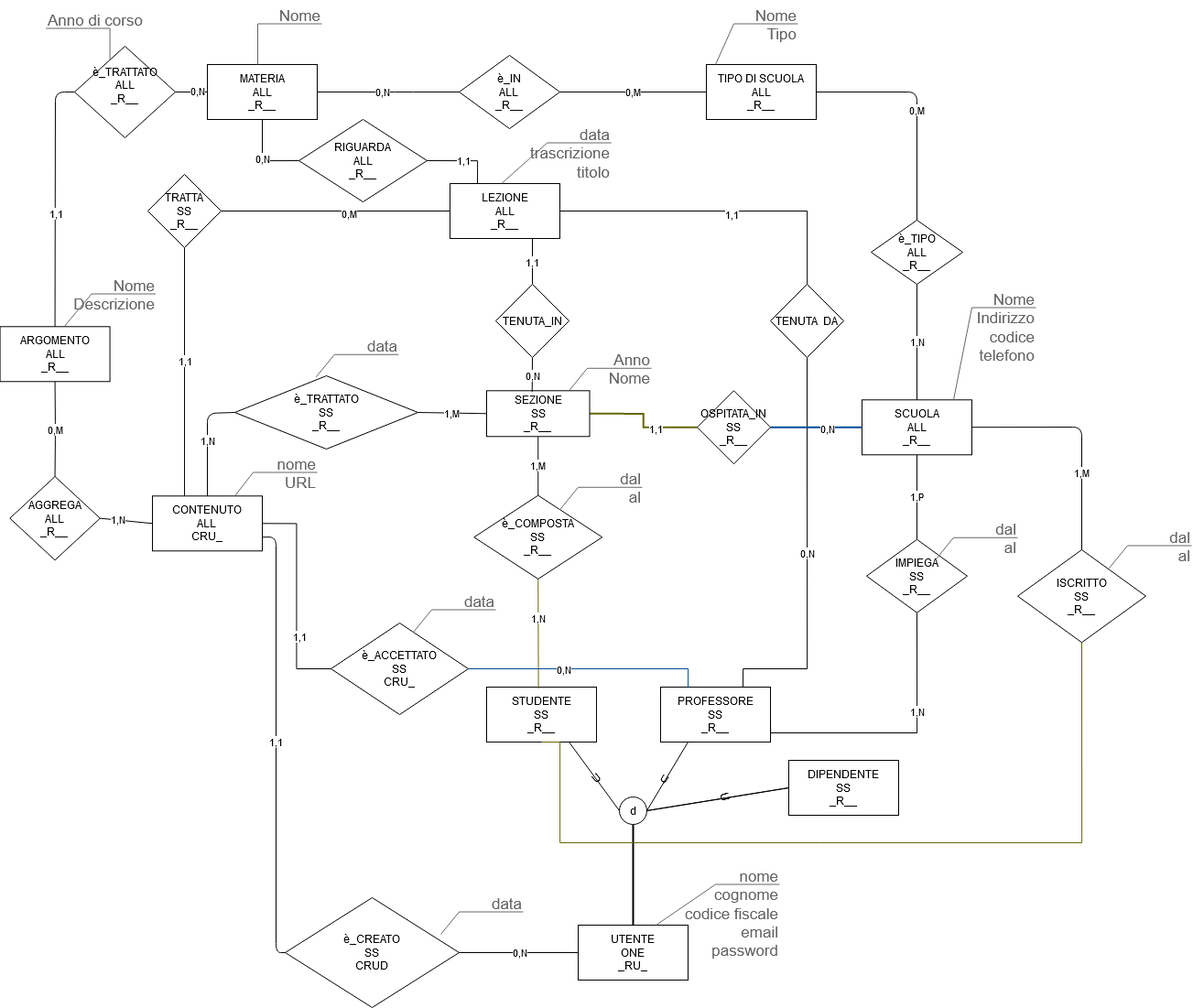
The draw.io diagram Documentazione/Architettura/Diagramma di visibilità studente.png in Gjnger9/BIG-DATA-MANAGEMENT, before a commit. Source tidied: cells renumbered, new cells last; positions are measured from the earlier drawing's top-left corner, leaving out a move shared by most shapes.
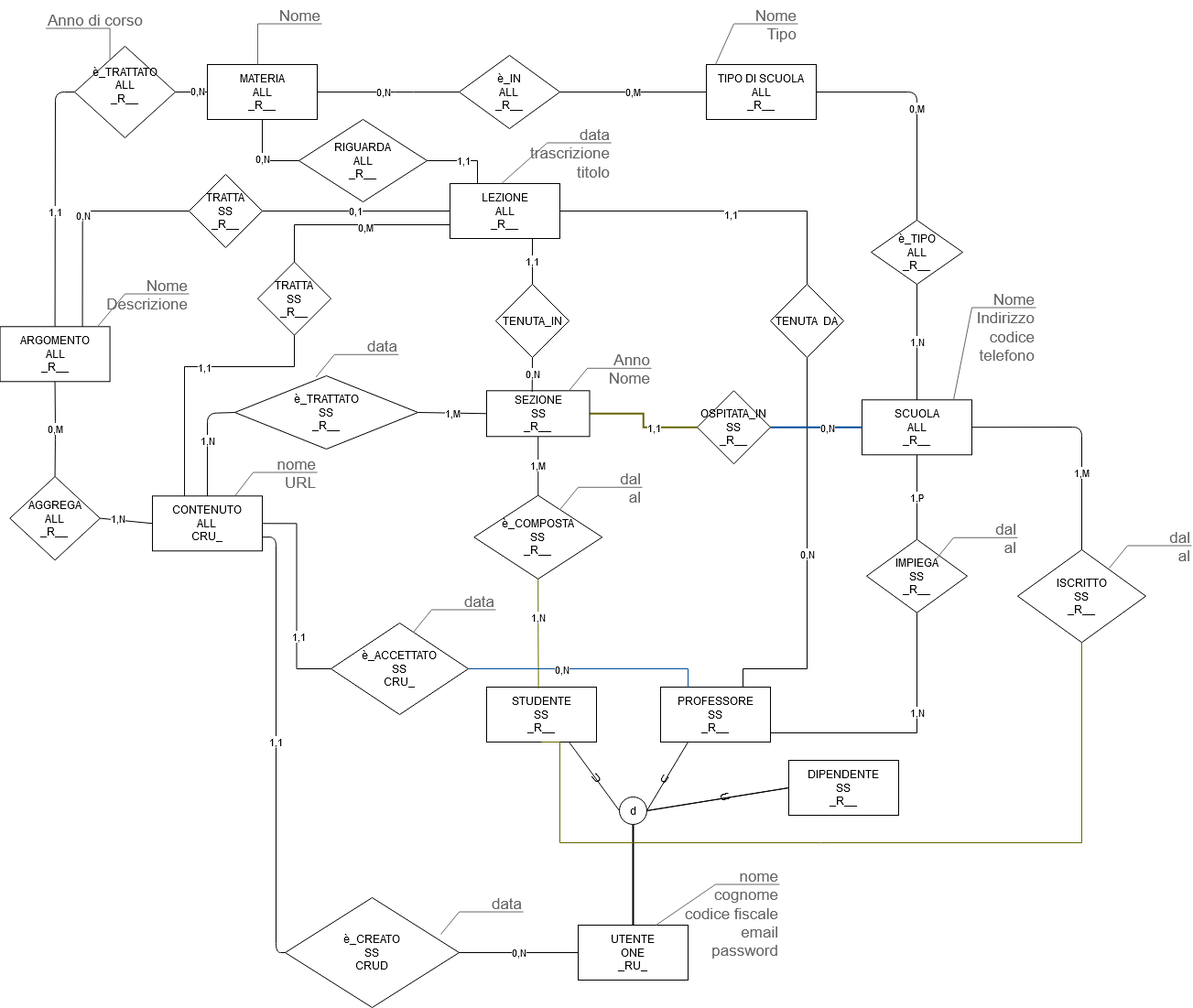
Above is the later version.

Diff of the diagram source:
```diff
@@ -120,7 +120,7 @@
       <mxGeometry x="256" y="490" width="90" height="51.3" as="geometry" />
     </mxCell>
     <mxCell id="33" value="&lt;div&gt;Nome&lt;/div&gt;&lt;div&gt;Descrizione&lt;br&gt;&lt;/div&gt;" style="strokeWidth=1;shadow=0;dashed=0;align=center;html=1;shape=mxgraph.mockup.text.callout;linkText=;textSize=17;textColor=#666666;callDir=NE;callStyle=line;fontSize=17;fontColor=#666666;align=right;verticalAlign=top;strokeColor=#666666;" parent="1" vertex="1">
-      <mxGeometry x="69.6" y="295" width="100" height="61.3" as="geometry" />
+      <mxGeometry x="106" y="295" width="100" height="61.3" as="geometry" />
     </mxCell>
     <mxCell id="34" value="Nome" style="strokeWidth=1;shadow=0;dashed=0;align=center;html=1;shape=mxgraph.mockup.text.callout;linkText=;textSize=17;textColor=#666666;callDir=NE;callStyle=line;fontSize=17;fontColor=#666666;align=right;verticalAlign=top;strokeColor=#666666;" parent="1" vertex="1">
       <mxGeometry x="281" width="70" height="70" as="geometry" />
@@ -236,7 +236,7 @@
     <mxCell id="65" value="1,1" style="edgeStyle=orthogonalEdgeStyle;rounded=0;jettySize=auto;html=1;exitX=0.75;exitY=1;exitDx=0;exitDy=0;entryX=0.5;entryY=0;entryDx=0;entryDy=0;endArrow=none;endFill=0;" parent="1" edge="1" source="70" target="73">
       <mxGeometry relative="1" as="geometry" />
     </mxCell>
-    <mxCell id="66" style="edgeStyle=orthogonalEdgeStyle;rounded=0;jettySize=auto;html=1;exitX=0;exitY=0.5;exitDx=0;exitDy=0;endArrow=none;endFill=0;" parent="1" edge="1" source="70" target="76">
+    <mxCell id="66" style="edgeStyle=orthogonalEdgeStyle;rounded=0;jettySize=auto;html=1;exitX=0;exitY=0.75;exitDx=0;exitDy=0;endArrow=none;endFill=0;" parent="1" edge="1" source="70" target="76">
       <mxGeometry relative="1" as="geometry" />
     </mxCell>
     <mxCell id="67" value="0,M" style="edgeLabel;html=1;align=center;verticalAlign=middle;" parent="66" vertex="1">
@@ -263,13 +263,17 @@
       <mxGeometry x="541" y="310" width="80" height="80" as="geometry" />
     </mxCell>
     <mxCell id="74" style="edgeStyle=orthogonalEdgeStyle;rounded=0;jettySize=auto;html=1;exitX=0.5;exitY=1;exitDx=0;exitDy=0;entryX=0.292;entryY=0;entryDx=0;entryDy=0;endArrow=none;endFill=0;entryPerimeter=0;" parent="1" edge="1" source="76" target="4">
-      <mxGeometry relative="1" as="geometry" />
+      <mxGeometry relative="1" as="geometry">
+        <Array as="points">
+          <mxPoint x="201" y="400" />
+        </Array>
+      </mxGeometry>
     </mxCell>
     <mxCell id="75" value="1,1" style="edgeLabel;html=1;align=center;verticalAlign=middle;" parent="74" vertex="1">
       <mxGeometry x="-0.1" relative="1" as="geometry" />
     </mxCell>
     <mxCell id="76" value="&lt;div&gt;TRATTA&lt;/div&gt;&lt;div&gt;SS&lt;/div&gt;&lt;div&gt;_R__&lt;br&gt;&lt;/div&gt;" style="rhombus;whiteSpace=wrap;html=1;" parent="1" vertex="1">
-      <mxGeometry x="161" y="190" width="80" height="80" as="geometry" />
+      <mxGeometry x="281" y="285.6" width="80" height="80" as="geometry" />
     </mxCell>
     <mxCell id="77" value="0,N" style="edgeStyle=orthogonalEdgeStyle;rounded=0;jettySize=auto;html=1;exitX=0.5;exitY=1;exitDx=0;exitDy=0;entryX=0.75;entryY=0;entryDx=0;entryDy=0;endArrow=none;endFill=0;" parent="1" edge="1" source="78" target="17">
       <mxGeometry relative="1" as="geometry">
@@ -335,5 +339,18 @@
         <mxPoint x="706" y="885" as="targetPoint" />
       </mxGeometry>
     </mxCell>
+    <mxCell id="94" value="0,1" style="edgeStyle=orthogonalEdgeStyle;rounded=0;jettySize=auto;html=1;exitX=0;exitY=0.5;exitDx=0;exitDy=0;entryX=1;entryY=0.5;entryDx=0;entryDy=0;endArrow=none;endFill=0;" parent="1" edge="1" target="96">
+      <mxGeometry relative="1" as="geometry">
+        <mxPoint x="491" y="230" as="sourcePoint" />
+      </mxGeometry>
+    </mxCell>
+    <mxCell id="95" value="0,N" style="edgeStyle=orthogonalEdgeStyle;rounded=0;jettySize=auto;html=1;exitX=0;exitY=0.5;exitDx=0;exitDy=0;entryX=0.75;entryY=0;entryDx=0;entryDy=0;endArrow=none;endFill=0;" parent="1" edge="1" source="96">
+      <mxGeometry relative="1" as="geometry">
+        <mxPoint x="89.6" y="356.3" as="targetPoint" />
+      </mxGeometry>
+    </mxCell>
+    <mxCell id="96" value="&lt;div&gt;TRATTA&lt;/div&gt;&lt;div&gt;SS&lt;/div&gt;&lt;div&gt;_R__&lt;br&gt;&lt;/div&gt;" style="rhombus;whiteSpace=wrap;html=1;" parent="1" vertex="1">
+      <mxGeometry x="206" y="190" width="80" height="80" as="geometry" />
+    </mxCell>
   </root>
 </mxGraphModel>
```
